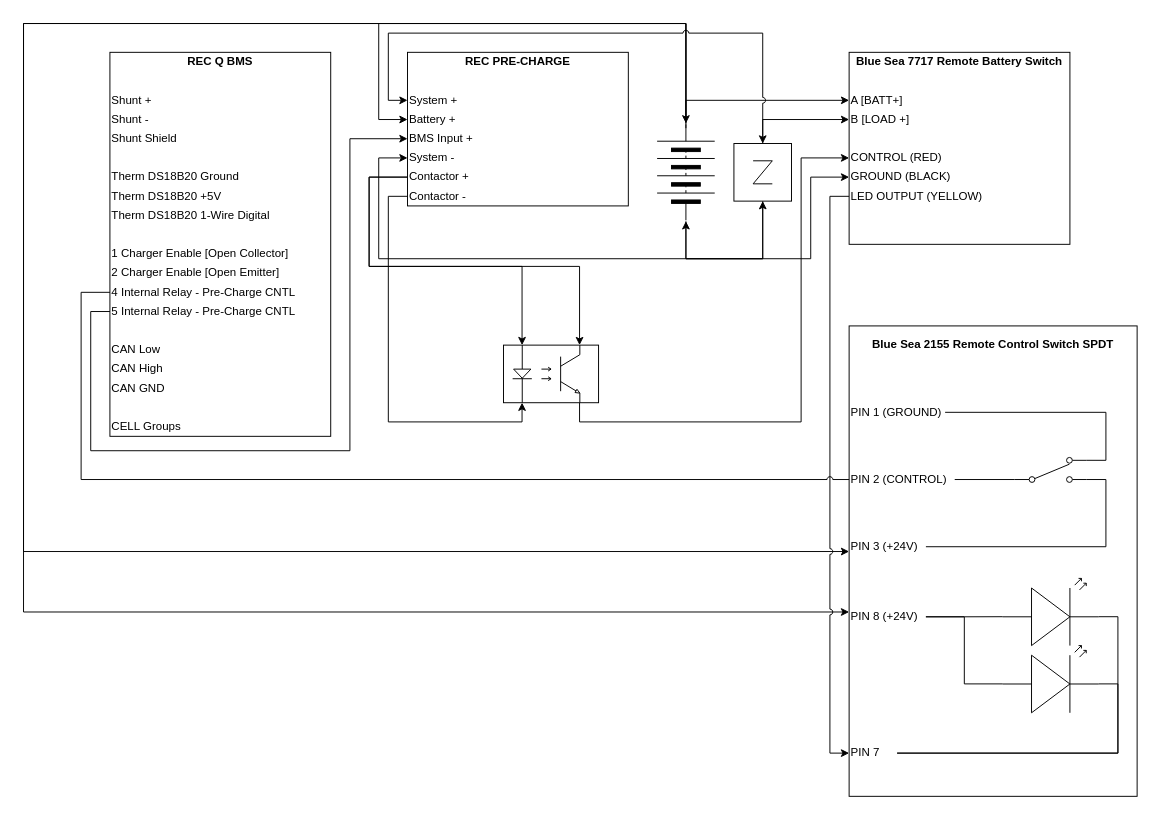
Before: page "Opto Varient" (2 of 2) of van/electrical/BMS_wiring_logic/REC_Q_BMS_Wiring_Logic.drawio in natecostello/van_two_point_oh, a draw.io diagram. Source tidied: cells renumbered, new cells numbered last; positions are measured from the earlier drawing's top-left corner, leaving out a move shared by most shapes. Both pictures are drawn from the tidied source at 96%, with x=0, y=0 at pixel (23, 23).
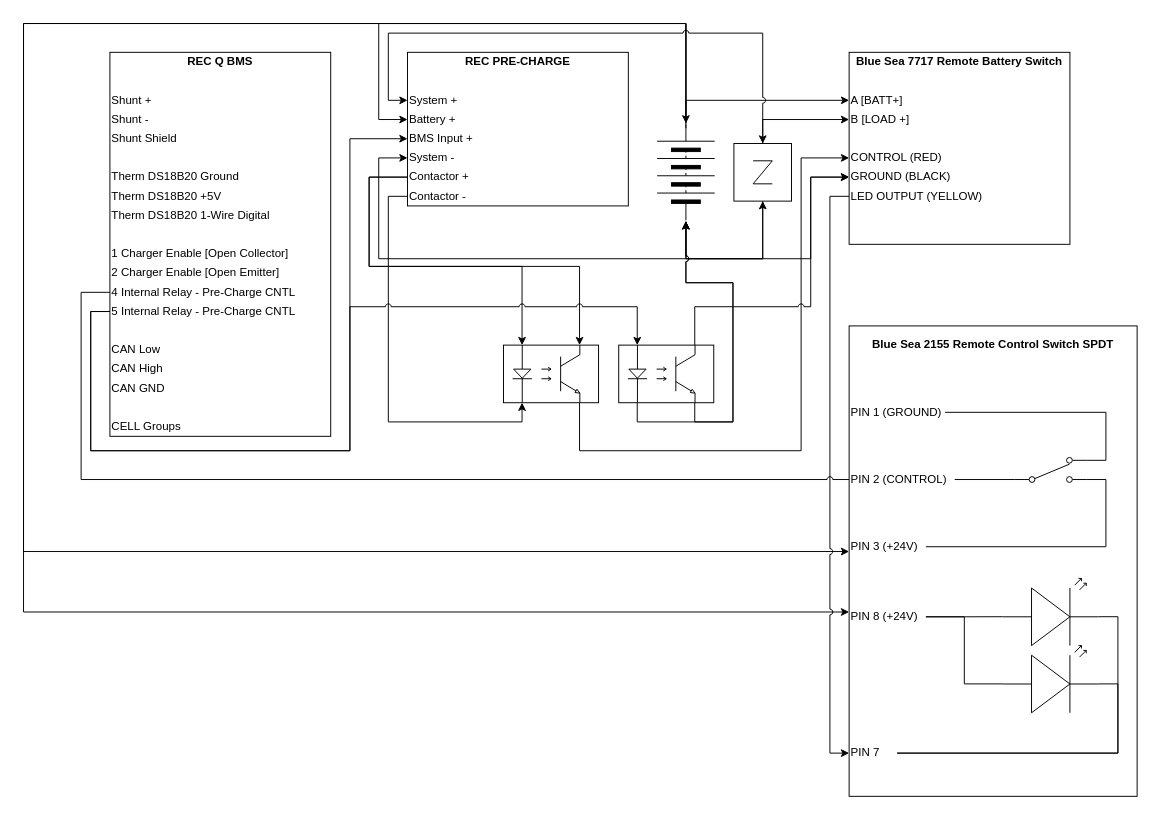
Above is the later version.

Unchanged cells that the change refers to:
```xml
<mxCell id="17" style="verticalLabelPosition=bottom;shadow=0;dashed=0;align=center;html=1;verticalAlign=top;shape=mxgraph.electrical.miscellaneous.batteryStack;rotation=-90;perimeterSpacing=1;fillColor=#000000;" parent="1" vertex="1">
  <mxGeometry x="640" y="125" width="100" height="60" as="geometry" />
</mxCell>
<mxCell id="40" value="5 Internal Relay - Pre-Charge CNTL" style="text;html=1;strokeColor=none;fillColor=none;align=left;verticalAlign=middle;whiteSpace=wrap;rounded=0;" parent="24" vertex="1">
  <mxGeometry y="260" width="200" height="20" as="geometry" />
</mxCell>
<mxCell id="44" value="GROUND (BLACK)" style="text;html=1;strokeColor=none;fillColor=none;align=left;verticalAlign=middle;whiteSpace=wrap;rounded=0;" parent="41" vertex="1">
  <mxGeometry y="120" width="200" height="20" as="geometry" />
</mxCell>
<mxCell id="46" value="CONTROL (RED)" style="text;html=1;strokeColor=none;fillColor=none;align=left;verticalAlign=middle;whiteSpace=wrap;rounded=0;" parent="41" vertex="1">
  <mxGeometry y="100" width="200" height="20" as="geometry" />
</mxCell>
<mxCell id="71" style="verticalLabelPosition=bottom;shadow=0;dashed=0;align=center;html=1;verticalAlign=top;shape=mxgraph.electrical.opto_electronics.opto-coupler;" parent="1" vertex="1">
  <mxGeometry x="500" y="335" width="99" height="60" as="geometry" />
</mxCell>
```

Change to the diagram source:
```diff
@@
     <mxCell id="70" style="edgeStyle=orthogonalEdgeStyle;rounded=0;jettySize=auto;html=1;exitX=0.8;exitY=1;exitDx=0;exitDy=0;exitPerimeter=0;entryX=0;entryY=0.5;entryDx=0;entryDy=0;" parent="1" edge="1" source="71" target="46">
       <mxGeometry relative="1" as="geometry">
         <Array as="points">
-          <mxPoint x="579" y="415" />
-          <mxPoint x="810" y="415" />
+          <mxPoint x="579" y="445" />
+          <mxPoint x="810" y="445" />
           <mxPoint x="810" y="140" />
         </Array>
       </mxGeometry>
     </mxCell>
@@
+    <mxCell id="75" style="edgeStyle=orthogonalEdgeStyle;rounded=0;jumpStyle=arc;jettySize=auto;html=1;exitX=0.195;exitY=1;exitDx=0;exitDy=0;exitPerimeter=0;entryX=0;entryY=0.5;entryDx=0;entryDy=0;" parent="1" edge="1" source="78" target="17">
+      <mxGeometry relative="1" as="geometry" />
+    </mxCell>
+    <mxCell id="76" style="edgeStyle=orthogonalEdgeStyle;rounded=0;jumpStyle=arc;jettySize=auto;html=1;exitX=0.8;exitY=1;exitDx=0;exitDy=0;exitPerimeter=0;entryX=0;entryY=0.5;entryDx=0;entryDy=0;" parent="1" edge="1" source="78" target="17">
+      <mxGeometry relative="1" as="geometry" />
+    </mxCell>
+    <mxCell id="77" style="edgeStyle=orthogonalEdgeStyle;rounded=0;jumpStyle=arc;jettySize=auto;html=1;exitX=0.8;exitY=0;exitDx=0;exitDy=0;exitPerimeter=0;entryX=0;entryY=0.5;entryDx=0;entryDy=0;" parent="1" edge="1" source="78" target="44">
+      <mxGeometry relative="1" as="geometry">
+        <Array as="points">
+          <mxPoint x="699" y="295" />
+          <mxPoint x="820" y="295" />
+          <mxPoint x="820" y="160" />
+        </Array>
+      </mxGeometry>
+    </mxCell>
+    <mxCell id="78" style="verticalLabelPosition=bottom;shadow=0;dashed=0;align=center;html=1;verticalAlign=top;shape=mxgraph.electrical.opto_electronics.opto-coupler;" parent="1" vertex="1">
+      <mxGeometry x="620" y="335" width="99" height="60" as="geometry" />
+    </mxCell>
+    <mxCell id="79" style="edgeStyle=orthogonalEdgeStyle;rounded=0;jettySize=auto;html=1;exitX=0;exitY=0.5;exitDx=0;exitDy=0;entryX=0.195;entryY=0;entryDx=0;entryDy=0;entryPerimeter=0;jumpStyle=arc;" parent="1" edge="1" source="40" target="78">
+      <mxGeometry relative="1" as="geometry">
+        <Array as="points">
+          <mxPoint x="70" y="300" />
+          <mxPoint x="70" y="445" />
+          <mxPoint x="340" y="445" />
+          <mxPoint x="340" y="295" />
+          <mxPoint x="639" y="295" />
+          <mxPoint x="639" y="335" />
+        </Array>
+      </mxGeometry>
+    </mxCell>
```
